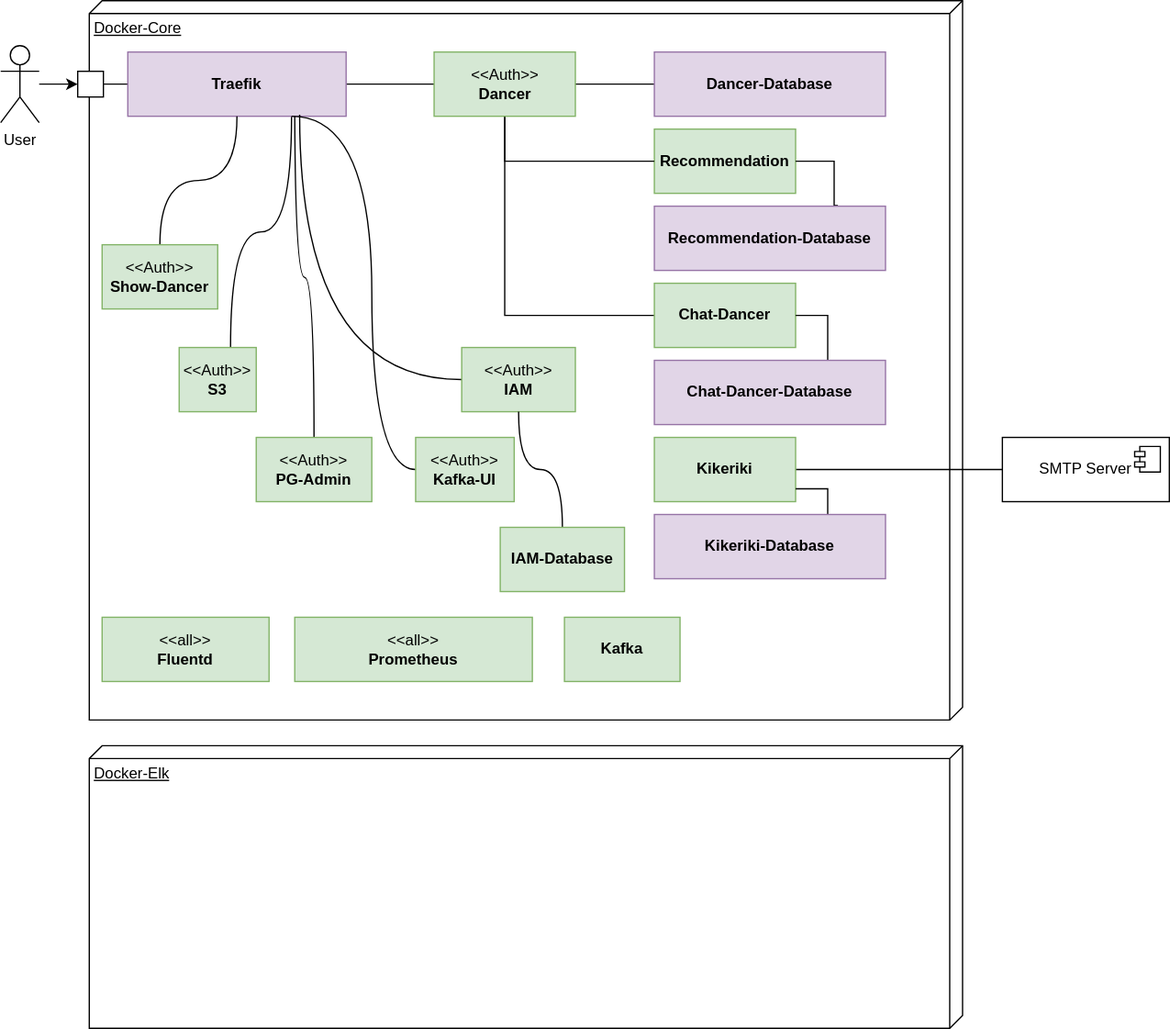
Earlier version of the draw.io export src/main/jbake/content/documentation/arc42/images/deployment.drawio.svg (dancier/documentation). Source tidied: cells renumbered, new cells last; positions are measured from the earlier drawing's top-left corner, leaving out a move shared by most shapes.
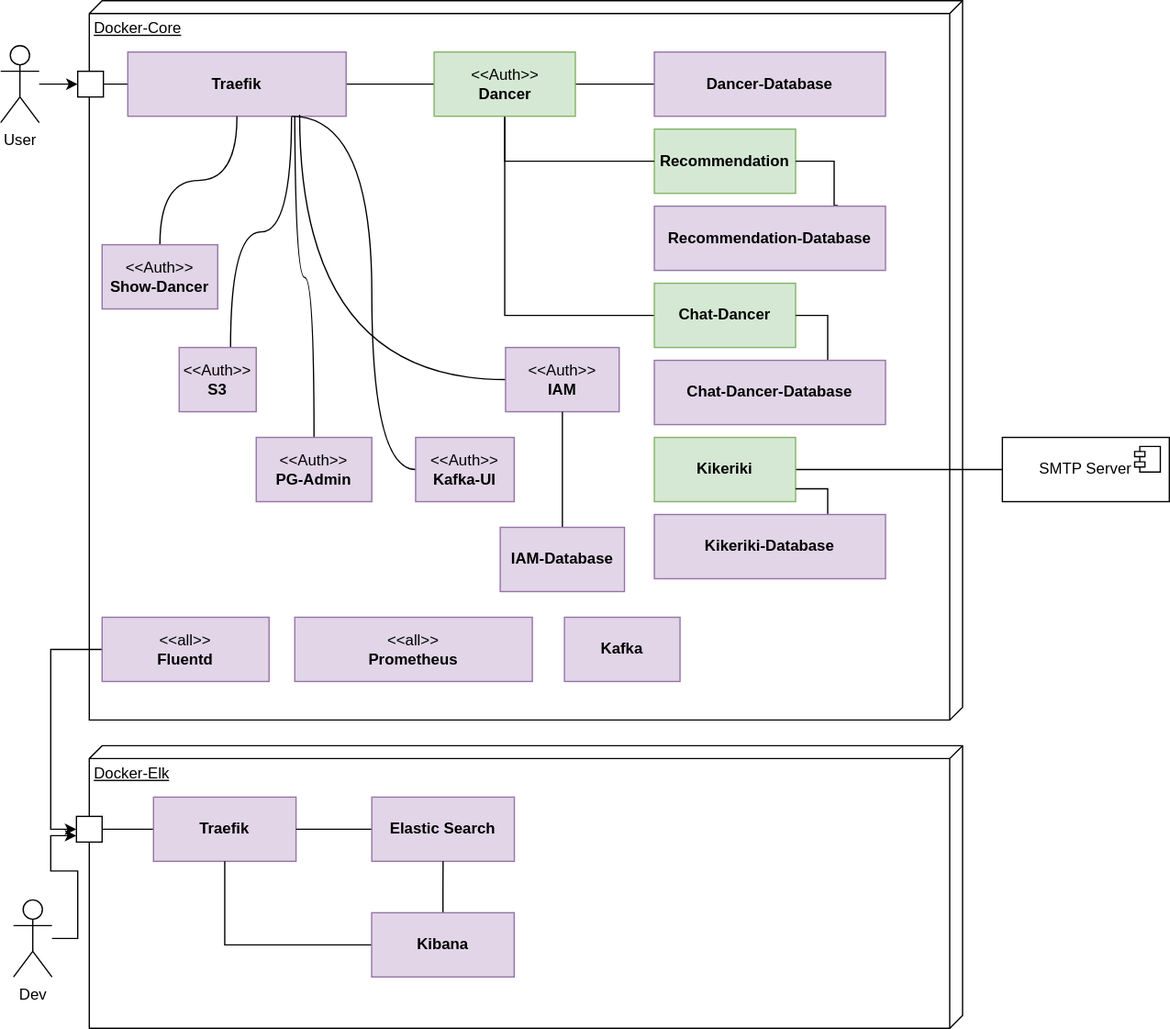
After the change.

The edit, as a diff of the source:
```diff
@@ -13,7 +13,7 @@
         </Array>
       </mxGeometry>
     </mxCell>
-    <mxCell id="4" value="&amp;lt;&amp;lt;Auth&amp;gt;&amp;gt;&lt;br&gt;&lt;b&gt;S3&lt;/b&gt;" style="html=1;whiteSpace=wrap;fillColor=#d5e8d4;strokeColor=#82b366;" parent="1" vertex="1">
+    <mxCell id="4" value="&amp;lt;&amp;lt;Auth&amp;gt;&amp;gt;&lt;br&gt;&lt;b&gt;S3&lt;/b&gt;" style="html=1;whiteSpace=wrap;fillColor=#e1d5e7;strokeColor=#9673a6;" parent="1" vertex="1">
       <mxGeometry x="139" y="270" width="60" height="50" as="geometry" />
     </mxCell>
     <mxCell id="5" style="edgeStyle=orthogonalEdgeStyle;rounded=0;jettySize=auto;html=1;entryX=0;entryY=0.5;entryDx=0;entryDy=0;endArrow=none;endFill=0;" parent="1" edge="1" source="7" target="28">
@@ -25,10 +25,13 @@
     <mxCell id="7" value="&lt;b&gt;Traefik&lt;/b&gt;" style="html=1;whiteSpace=wrap;fillColor=#e1d5e7;strokeColor=#9673a6;" parent="1" vertex="1">
       <mxGeometry x="99" y="40" width="170" height="50" as="geometry" />
     </mxCell>
+    <mxCell id="42" style="edgeStyle=orthogonalEdgeStyle;rounded=0;jettySize=auto;html=1;entryX=0;entryY=0.5;entryDx=0;entryDy=0;exitX=0;exitY=0.5;exitDx=0;exitDy=0;" parent="1" edge="1" source="8" target="45">
+      <mxGeometry relative="1" as="geometry" />
+    </mxCell>
-    <mxCell id="8" value="&amp;lt;&amp;lt;all&amp;gt;&amp;gt;&lt;br&gt;&lt;b&gt;Fluentd&lt;/b&gt;" style="html=1;whiteSpace=wrap;fillColor=#d5e8d4;strokeColor=#82b366;" parent="1" vertex="1">
+    <mxCell id="8" value="&amp;lt;&amp;lt;all&amp;gt;&amp;gt;&lt;br&gt;&lt;b&gt;Fluentd&lt;/b&gt;" style="html=1;whiteSpace=wrap;fillColor=#e1d5e7;strokeColor=#9673a6;" parent="1" vertex="1">
       <mxGeometry x="79" y="480" width="130" height="50" as="geometry" />
     </mxCell>
-    <mxCell id="9" value="&amp;lt;&amp;lt;all&amp;gt;&amp;gt;&lt;br&gt;&lt;b&gt;Prometheus&lt;/b&gt;" style="html=1;whiteSpace=wrap;fillColor=#d5e8d4;strokeColor=#82b366;" parent="1" vertex="1">
+    <mxCell id="9" value="&amp;lt;&amp;lt;all&amp;gt;&amp;gt;&lt;br&gt;&lt;b&gt;Prometheus&lt;/b&gt;" style="html=1;whiteSpace=wrap;fillColor=#e1d5e7;strokeColor=#9673a6;" parent="1" vertex="1">
       <mxGeometry x="229" y="480" width="185" height="50" as="geometry" />
     </mxCell>
     <mxCell id="10" value="&lt;b&gt;Recommendation&lt;/b&gt;" style="html=1;whiteSpace=wrap;fillColor=#d5e8d4;strokeColor=#82b366;" parent="1" vertex="1">
@@ -48,18 +51,18 @@
     <mxCell id="13" style="edgeStyle=orthogonalEdgeStyle;jettySize=auto;html=1;entryX=0.787;entryY=0.977;entryDx=0;entryDy=0;entryPerimeter=0;curved=1;endArrow=none;endFill=0;" parent="1" edge="1" source="14" target="7">
       <mxGeometry relative="1" as="geometry" />
     </mxCell>
-    <mxCell id="14" value="&amp;lt;&amp;lt;Auth&amp;gt;&amp;gt;&lt;br&gt;&lt;b&gt;IAM&lt;/b&gt;" style="html=1;whiteSpace=wrap;fillColor=#d5e8d4;strokeColor=#82b366;" parent="1" vertex="1">
-      <mxGeometry x="359" y="270" width="88.5" height="50" as="geometry" />
+    <mxCell id="14" value="&amp;lt;&amp;lt;Auth&amp;gt;&amp;gt;&lt;br&gt;&lt;b&gt;IAM&lt;/b&gt;" style="html=1;whiteSpace=wrap;fillColor=#e1d5e7;strokeColor=#9673a6;" parent="1" vertex="1">
+      <mxGeometry x="393.1" y="270" width="88.5" height="50" as="geometry" />
     </mxCell>
     <mxCell id="15" style="edgeStyle=orthogonalEdgeStyle;jettySize=auto;html=1;curved=1;endArrow=none;endFill=0;" parent="1" edge="1" source="16">
       <mxGeometry relative="1" as="geometry">
         <mxPoint x="229" y="90" as="targetPoint" />
       </mxGeometry>
     </mxCell>
-    <mxCell id="16" value="&amp;lt;&amp;lt;Auth&amp;gt;&amp;gt;&lt;br&gt;&lt;b&gt;PG-Admin&lt;/b&gt;" style="html=1;whiteSpace=wrap;fillColor=#d5e8d4;strokeColor=#82b366;" parent="1" vertex="1">
+    <mxCell id="16" value="&amp;lt;&amp;lt;Auth&amp;gt;&amp;gt;&lt;br&gt;&lt;b&gt;PG-Admin&lt;/b&gt;" style="html=1;whiteSpace=wrap;fillColor=#e1d5e7;strokeColor=#9673a6;" parent="1" vertex="1">
       <mxGeometry x="199" y="340" width="90" height="50" as="geometry" />
     </mxCell>
-    <mxCell id="17" value="&lt;b&gt;Kafka&lt;/b&gt;" style="html=1;whiteSpace=wrap;fillColor=#d5e8d4;strokeColor=#82b366;" parent="1" vertex="1">
+    <mxCell id="17" value="&lt;b&gt;Kafka&lt;/b&gt;" style="html=1;whiteSpace=wrap;fillColor=#e1d5e7;strokeColor=#9673a6;" parent="1" vertex="1">
       <mxGeometry x="439" y="480" width="90" height="50" as="geometry" />
     </mxCell>
     <mxCell id="18" style="edgeStyle=orthogonalEdgeStyle;jettySize=auto;html=1;entryX=0.75;entryY=1;entryDx=0;entryDy=0;curved=1;endArrow=none;endFill=0;" parent="1" edge="1" source="19" target="7">
@@ -70,13 +73,13 @@
         </Array>
       </mxGeometry>
     </mxCell>
-    <mxCell id="19" value="&amp;lt;&amp;lt;Auth&amp;gt;&amp;gt;&lt;br&gt;&lt;b&gt;Kafka-UI&lt;/b&gt;" style="html=1;whiteSpace=wrap;fillColor=#d5e8d4;strokeColor=#82b366;" parent="1" vertex="1">
+    <mxCell id="19" value="&amp;lt;&amp;lt;Auth&amp;gt;&amp;gt;&lt;br&gt;&lt;b&gt;Kafka-UI&lt;/b&gt;" style="html=1;whiteSpace=wrap;fillColor=#e1d5e7;strokeColor=#9673a6;" parent="1" vertex="1">
       <mxGeometry x="323.1" y="340" width="76.8" height="50" as="geometry" />
     </mxCell>
     <mxCell id="20" style="edgeStyle=orthogonalEdgeStyle;jettySize=auto;html=1;endArrow=none;endFill=0;curved=1;" parent="1" edge="1" source="21" target="14">
       <mxGeometry relative="1" as="geometry" />
     </mxCell>
-    <mxCell id="21" value="&lt;b&gt;IAM-Database&lt;/b&gt;" style="html=1;whiteSpace=wrap;fillColor=#d5e8d4;strokeColor=#82b366;" parent="1" vertex="1">
+    <mxCell id="21" value="&lt;b&gt;IAM-Database&lt;/b&gt;" style="html=1;whiteSpace=wrap;fillColor=#e1d5e7;strokeColor=#9673a6;" parent="1" vertex="1">
       <mxGeometry x="389" y="410" width="96.8" height="50" as="geometry" />
     </mxCell>
     <mxCell id="22" style="edgeStyle=orthogonalEdgeStyle;rounded=0;jettySize=auto;html=1;endArrow=none;endFill=0;entryX=0;entryY=0.5;entryDx=0;entryDy=0;" parent="1" edge="1" source="23" target="40">
@@ -107,7 +110,7 @@
     <mxCell id="29" style="edgeStyle=orthogonalEdgeStyle;jettySize=auto;html=1;endArrow=none;endFill=0;curved=1;" parent="1" edge="1" source="30" target="7">
       <mxGeometry relative="1" as="geometry" />
     </mxCell>
-    <mxCell id="30" value="&amp;lt;&amp;lt;Auth&amp;gt;&amp;gt;&lt;br&gt;&lt;b&gt;Show-Dancer&lt;/b&gt;" style="html=1;whiteSpace=wrap;fillColor=#d5e8d4;strokeColor=#82b366;" parent="1" vertex="1">
+    <mxCell id="30" value="&amp;lt;&amp;lt;Auth&amp;gt;&amp;gt;&lt;br&gt;&lt;b&gt;Show-Dancer&lt;/b&gt;" style="html=1;whiteSpace=wrap;fillColor=#e1d5e7;strokeColor=#9673a6;" parent="1" vertex="1">
       <mxGeometry x="79" y="190" width="90" height="50" as="geometry" />
     </mxCell>
     <mxCell id="31" value="&lt;b&gt;Dancer-Database&lt;/b&gt;" style="html=1;whiteSpace=wrap;fillColor=#e1d5e7;strokeColor=#9673a6;" parent="1" vertex="1">
@@ -151,5 +154,35 @@
         <mxPoint x="-27" y="7" as="offset" />
       </mxGeometry>
     </mxCell>
+    <mxCell id="43" style="edgeStyle=orthogonalEdgeStyle;rounded=0;jettySize=auto;html=1;endArrow=none;endFill=0;" parent="1" edge="1" source="44" target="45">
+      <mxGeometry relative="1" as="geometry" />
+    </mxCell>
+    <mxCell id="44" value="&lt;b&gt;Traefik&lt;/b&gt;" style="html=1;whiteSpace=wrap;fillColor=#e1d5e7;strokeColor=#9673a6;" parent="1" vertex="1">
+      <mxGeometry x="119" y="620" width="111" height="50" as="geometry" />
+    </mxCell>
+    <mxCell id="45" style="rounded=0;whiteSpace=wrap;html=1;" parent="1" vertex="1">
+      <mxGeometry x="59" y="635" width="20" height="20" as="geometry" />
+    </mxCell>
+    <mxCell id="46" style="edgeStyle=orthogonalEdgeStyle;rounded=0;jettySize=auto;html=1;endArrow=none;endFill=0;" parent="1" edge="1" source="47" target="44">
+      <mxGeometry relative="1" as="geometry" />
+    </mxCell>
+    <mxCell id="47" value="&lt;span&gt;Elastic Search&lt;/span&gt;" style="html=1;whiteSpace=wrap;fillColor=#e1d5e7;strokeColor=#9673a6;fontStyle=1;" parent="1" vertex="1">
+      <mxGeometry x="289" y="620" width="111" height="50" as="geometry" />
+    </mxCell>
+    <mxCell id="48" style="edgeStyle=orthogonalEdgeStyle;rounded=0;jettySize=auto;html=1;endArrow=none;endFill=0;" parent="1" edge="1" source="50" target="44">
+      <mxGeometry relative="1" as="geometry" />
+    </mxCell>
+    <mxCell id="49" style="edgeStyle=orthogonalEdgeStyle;rounded=0;jettySize=auto;html=1;endArrow=none;endFill=0;" parent="1" edge="1" source="50" target="47">
+      <mxGeometry relative="1" as="geometry" />
+    </mxCell>
+    <mxCell id="50" value="&lt;b&gt;Kibana&lt;/b&gt;" style="html=1;whiteSpace=wrap;fillColor=#e1d5e7;strokeColor=#9673a6;" parent="1" vertex="1">
+      <mxGeometry x="288.9" y="710" width="111" height="50" as="geometry" />
+    </mxCell>
+    <mxCell id="51" style="edgeStyle=orthogonalEdgeStyle;rounded=0;jettySize=auto;html=1;entryX=0;entryY=0.75;entryDx=0;entryDy=0;" parent="1" edge="1" source="52" target="45">
+      <mxGeometry relative="1" as="geometry" />
+    </mxCell>
+    <mxCell id="52" value="Dev" style="shape=umlActor;verticalLabelPosition=bottom;verticalAlign=top;html=1;outlineConnect=0;" parent="1" vertex="1">
+      <mxGeometry x="10" y="700" width="30" height="60" as="geometry" />
+    </mxCell>
   </root>
 </mxGraphModel>
```
